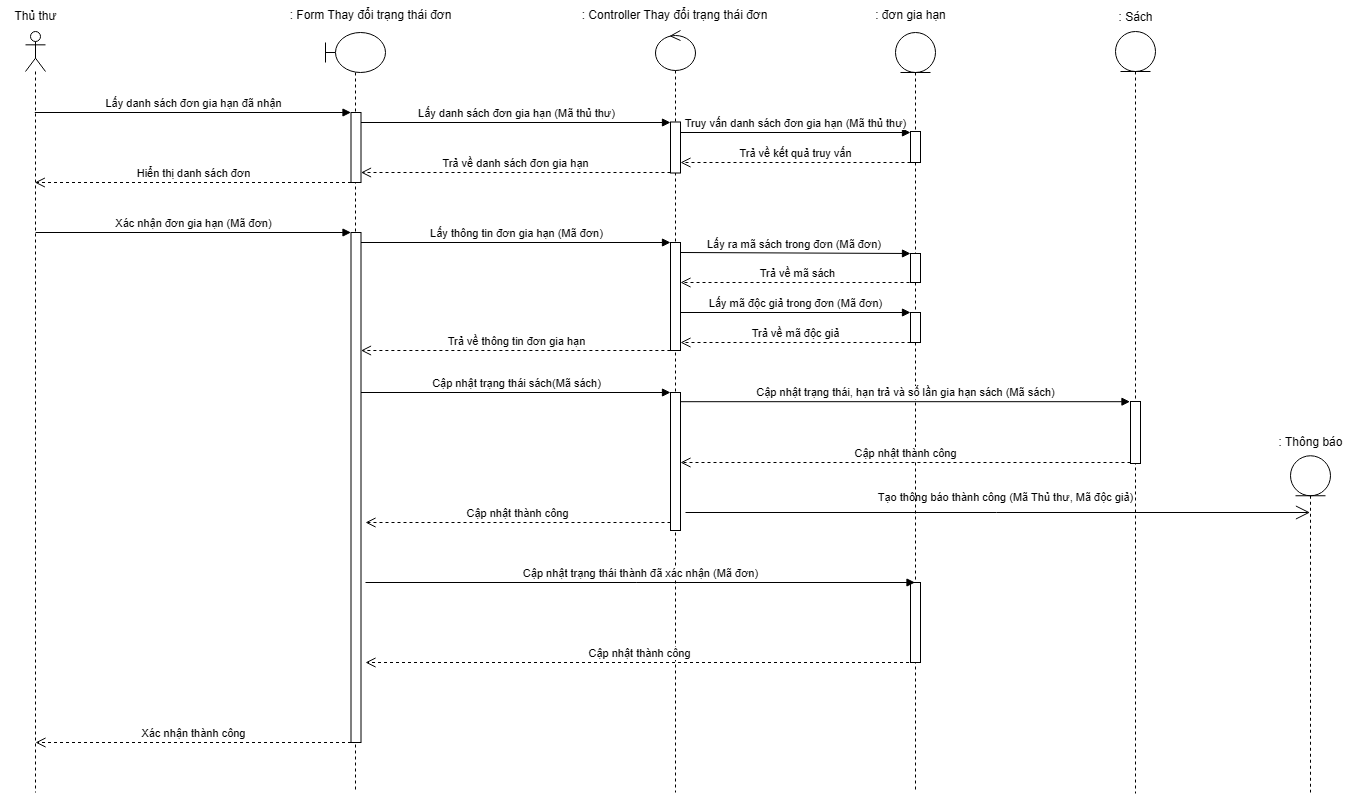
kimcuongdev/LibrarySystemAD keeps this draw.io diagram as Sequence Diagram/UC Gia hạn sách/Actor Thủ thư - Xác nhận đơn đặt mượn.png. Above is the earlier version. Source tidied: cells renumbered, new cells last; positions are measured from the earlier drawing's top-left corner, leaving out a move shared by most shapes.
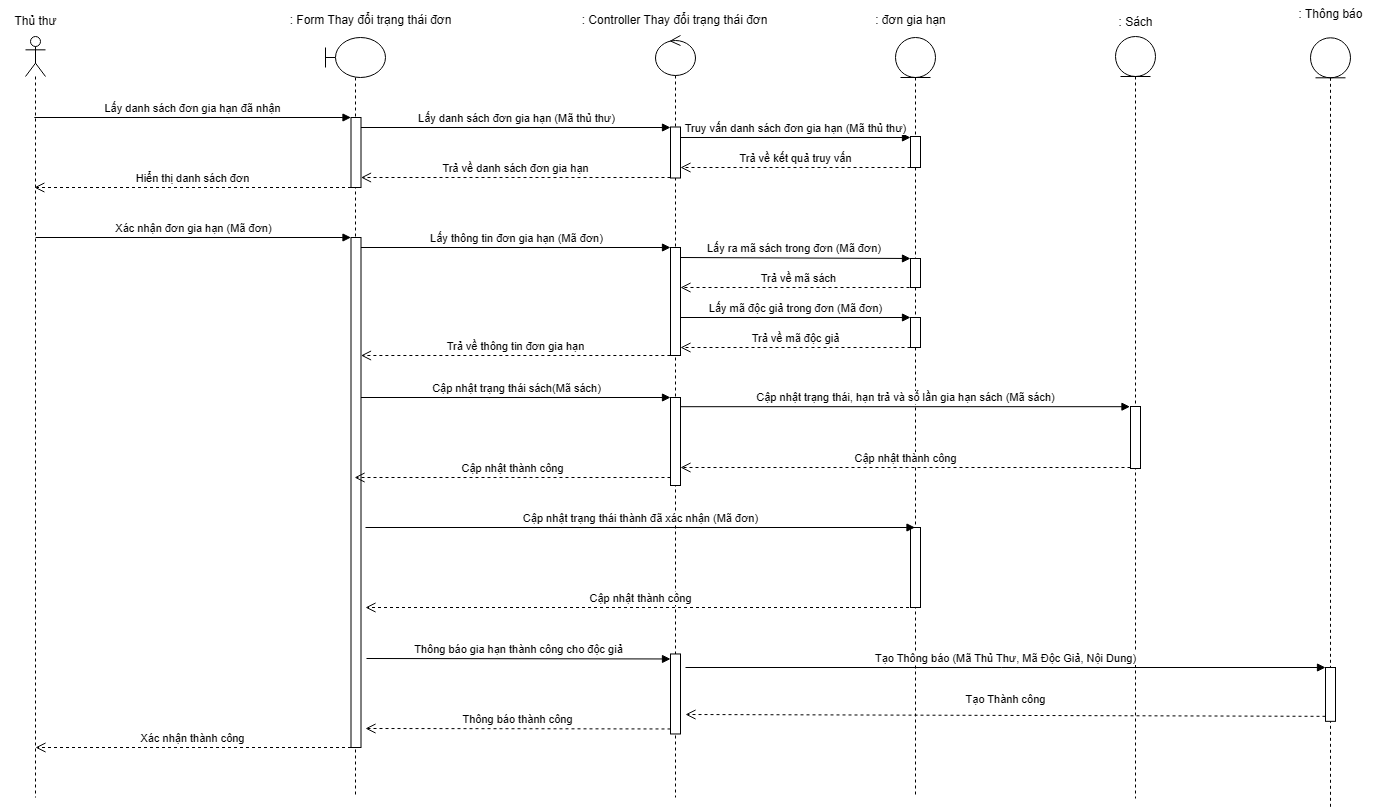
Above is the later version.

Diff of the diagram source:
```diff
@@ -44,8 +44,11 @@
       <mxGeometry x="15" y="212" width="10" height="108" as="geometry" />
     </mxCell>
     <mxCell id="13" style="html=1;points=[[0,0,0,0,5],[0,1,0,0,-5],[1,0,0,0,5],[1,1,0,0,-5]];perimeter=orthogonalPerimeter;outlineConnect=0;targetShapes=umlLifeline;portConstraint=eastwest;newEdgeStyle={&quot;curved&quot;:0,&quot;rounded&quot;:0};" parent="10" vertex="1">
-      <mxGeometry x="15" y="362" width="10" height="138" as="geometry" />
+      <mxGeometry x="15" y="362" width="10" height="88" as="geometry" />
     </mxCell>
+    <mxCell id="49" style="html=1;points=[[0,0,0,0,5],[0,1,0,0,-5],[1,0,0,0,5],[1,1,0,0,-5]];perimeter=orthogonalPerimeter;outlineConnect=0;targetShapes=umlLifeline;portConstraint=eastwest;newEdgeStyle={&quot;curved&quot;:0,&quot;rounded&quot;:0};" parent="10" vertex="1">
+      <mxGeometry x="15" y="618.5" width="10" height="80" as="geometry" />
+    </mxCell>
     <mxCell id="14" style="shape=umlLifeline;perimeter=lifelinePerimeter;whiteSpace=wrap;html=1;newEdgeStyle={&quot;curved&quot;:0,&quot;rounded&quot;:0};participant=umlEntity;" parent="1" vertex="1">
       <mxGeometry x="895" y="32" width="40" height="760" as="geometry" />
     </mxCell>
@@ -68,8 +71,20 @@
       </mxGeometry>
     </mxCell>
     <mxCell id="19" style="html=1;perimeter=orthogonalPerimeter;targetShapes=umlLifeline;newEdgeStyle={&quot;curved&quot;:0,&quot;rounded&quot;:0};" parent="14" vertex="1">
-      <mxGeometry x="15" y="550" width="10" height="80" as="geometry" />
+      <mxGeometry x="15" y="490" width="10" height="80" as="geometry" />
     </mxCell>
+    <mxCell id="41" value="Cập nhật trạng thái thành đã xác nhận (Mã đơn)" style="html=1;verticalAlign=bottom;endArrow=block;curved=0;rounded=0;entryX=0;entryY=0;entryDx=0;entryDy=5;" parent="14" edge="1">
+      <mxGeometry relative="1" as="geometry">
+        <mxPoint x="-530" y="490" as="sourcePoint" />
+        <mxPoint x="19.5" y="490" as="targetPoint" />
+      </mxGeometry>
+    </mxCell>
+    <mxCell id="42" value="Cập nhật thành công" style="html=1;verticalAlign=bottom;endArrow=open;dashed=1;endSize=8;curved=0;rounded=0;exitX=0;exitY=1;exitDx=0;exitDy=-5;" parent="14" edge="1">
+      <mxGeometry relative="1" as="geometry">
+        <mxPoint x="19.5" y="570" as="sourcePoint" />
+        <mxPoint x="-530" y="570" as="targetPoint" />
+      </mxGeometry>
+    </mxCell>
     <mxCell id="20" style="shape=umlLifeline;perimeter=lifelinePerimeter;whiteSpace=wrap;html=1;newEdgeStyle={&quot;curved&quot;:0,&quot;rounded&quot;:0};participant=umlEntity;" parent="1" vertex="1">
       <mxGeometry x="1115" y="31" width="40" height="762" as="geometry" />
     </mxCell>
@@ -140,9 +155,10 @@
         <mxPoint x="680" y="462" as="targetPoint" />
       </mxGeometry>
     </mxCell>
-    <mxCell id="38" value="Cập nhật thành công" style="html=1;verticalAlign=bottom;endArrow=open;dashed=1;endSize=8;curved=0;rounded=0;" parent="1" edge="1" source="13">
+    <mxCell id="38" value="Cập nhật thành công" style="html=1;verticalAlign=bottom;endArrow=open;dashed=1;endSize=8;curved=0;rounded=0;" parent="1" edge="1">
       <mxGeometry relative="1" as="geometry">
-        <mxPoint x="365" y="522" as="targetPoint" />
+        <mxPoint x="670" y="472" as="sourcePoint" />
+        <mxPoint x="354.1" y="472" as="targetPoint" />
       </mxGeometry>
     </mxCell>
     <mxCell id="39" value="Truy vấn danh sách đơn gia hạn (Mã thủ thư)" style="html=1;verticalAlign=bottom;endArrow=block;curved=0;rounded=0;entryX=0;entryY=0;entryDx=0;entryDy=5;" parent="1" edge="1">
@@ -157,37 +173,37 @@
         <mxPoint x="680" y="162" as="targetPoint" />
       </mxGeometry>
     </mxCell>
-    <mxCell id="41" value="Cập nhật trạng thái thành đã xác nhận (Mã đơn)" style="html=1;verticalAlign=bottom;endArrow=block;curved=0;rounded=0;entryX=0;entryY=0;entryDx=0;entryDy=5;" parent="1" edge="1">
-      <mxGeometry relative="1" as="geometry">
-        <mxPoint x="365" y="582" as="sourcePoint" />
-        <mxPoint x="914.5" y="582" as="targetPoint" />
-      </mxGeometry>
-    </mxCell>
-    <mxCell id="42" value="Cập nhật thành công" style="html=1;verticalAlign=bottom;endArrow=open;dashed=1;endSize=8;curved=0;rounded=0;exitX=0;exitY=1;exitDx=0;exitDy=-5;" parent="1" edge="1">
-      <mxGeometry relative="1" as="geometry">
-        <mxPoint x="914.5" y="662" as="sourcePoint" />
-        <mxPoint x="365" y="662" as="targetPoint" />
-      </mxGeometry>
-    </mxCell>
-    <mxCell id="43" style="group;" parent="1" vertex="1">
-      <mxGeometry x="675" y="482" width="440" height="30" as="geometry" />
-    </mxCell>
-    <mxCell id="44" style="endArrow=open;endFill=1;endSize=12;html=1;rounded=0;" parent="43" edge="1" target="47">
-      <mxGeometry relative="1" as="geometry">
-        <mxPoint x="10" y="30" as="sourcePoint" />
-      </mxGeometry>
-    </mxCell>
-    <mxCell id="45" value="&lt;font style=&quot;font-size: 11px;&quot;&gt;Tạo thông báo thành công&lt;span style=&quot;color: rgba(0, 0, 0, 0); font-family: monospace; font-size: 0px; text-align: start;&quot;&gt;%3CmxGraphModel%3E%3Croot%3E%3CmxCell%20id%3D%220%22%2F%3E%3CmxCell%20id%3D%221%22%20parent%3D%220%22%2F%3E%3CmxCell%20id%3D%222%22%20value%3D%22%22%20style%3D%22group%22%20vertex%3D%221%22%20connectable%3D%220%22%20parent%3D%221%22%3E%3CmxGeometry%20x%3D%221220%22%20y%3D%22600%22%20width%3D%2280%22%20height%3D%22350%22%20as%3D%22geometry%22%2F%3E%3C%2FmxCell%3E%3CmxCell%20id%3D%223%22%20value%3D%22%22%20style%3D%22shape%3DumlLifeline%3Bperimeter%3DlifelinePerimeter%3BwhiteSpace%3Dwrap%3Bhtml%3D1%3Bcontainer%3D1%3BdropTarget%3D0%3Bcollapsible%3D0%3BrecursiveResize%3D0%3BoutlineConnect%3D0%3BportConstraint%3Deastwest%3BnewEdgeStyle%3D%7B%26quot%3Bcurved%26quot%3B%3A0%2C%26quot%3Brounded%26quot%3B%3A0%7D%3Bparticipant%3DumlEntity%3B%22%20vertex%3D%221%22%20parent%3D%222%22%3E%3CmxGeometry%20x%3D%2215%22%20y%3D%2213.257575757575756%22%20width%3D%2240%22%20height%3D%22336.74242424242425%22%20as%3D%22geometry%22%2F%3E%3C%2FmxCell%3E%3CmxCell%20id%3D%224%22%20value%3D%22%3A%20Th%C3%B4ng%20b%C3%A1o%22%20style%3D%22text%3Bhtml%3D1%3Balign%3Dcenter%3BverticalAlign%3Dmiddle%3Bresizable%3D0%3Bpoints%3D%5B%5D%3Bautosize%3D1%3BstrokeColor%3Dnone%3BfillColor%3Dnone%3B%22%20vertex%3D%221%22%20parent%3D%222%22%3E%3CmxGeometry%20x%3D%22-10%22%20y%3D%22-15%22%20width%3D%2290%22%20height%3D%2230%22%20as%3D%22geometry%22%2F%3E%3C%2FmxCell%3E%3C%2Froot%3E%3C%2FmxGraphModel%3E&lt;/span&gt;&amp;nbsp;(Mã Thủ thư, Mã độc giả)&lt;/font&gt;" style="text;html=1;align=center;verticalAlign=middle;strokeColor=none;fillColor=none;" parent="43" vertex="1">
-      <mxGeometry x="190" width="280" height="30" as="geometry" />
-    </mxCell>
-    <mxCell id="46" style="group;" parent="1" vertex="1">
-      <mxGeometry x="1275" y="442" width="80" height="350" as="geometry" />
-    </mxCell>
-    <mxCell id="47" style="shape=umlLifeline;perimeter=lifelinePerimeter;whiteSpace=wrap;html=1;outlineConnect=0;portConstraint=eastwest;newEdgeStyle={&quot;curved&quot;:0,&quot;rounded&quot;:0};participant=umlEntity;" parent="46" vertex="1">
-      <mxGeometry x="15" y="13.3" width="40" height="336.7" as="geometry" />
-    </mxCell>
+    <mxCell id="50" style="group;" parent="1" vertex="1">
+      <mxGeometry x="1295" y="2" width="80" height="800" as="geometry" />
+    </mxCell>
+    <mxCell id="51" style="shape=umlLifeline;perimeter=lifelinePerimeter;whiteSpace=wrap;html=1;newEdgeStyle={&quot;curved&quot;:0,&quot;rounded&quot;:0};participant=umlEntity;" parent="50" vertex="1">
+      <mxGeometry x="15" y="30.3" width="40" height="769.7" as="geometry" />
+    </mxCell>
-    <mxCell id="48" value=": Thông báo" style="text;html=1;align=center;verticalAlign=middle;strokeColor=none;fillColor=none;" parent="46" vertex="1">
-      <mxGeometry x="-10" y="-15" width="90" height="30" as="geometry" />
+    <mxCell id="48" value=": Thông báo" style="text;html=1;align=center;verticalAlign=middle;strokeColor=none;fillColor=none;" parent="50" vertex="1">
+      <mxGeometry x="-10" y="-7.8" width="90" height="30" as="geometry" />
     </mxCell>
+    <mxCell id="52" style="html=1;points=[[0,0,0,0,5],[0,1,0,0,-5],[1,0,0,0,5],[1,1,0,0,-5]];perimeter=orthogonalPerimeter;outlineConnect=0;targetShapes=umlLifeline;portConstraint=eastwest;newEdgeStyle={&quot;curved&quot;:0,&quot;rounded&quot;:0};" parent="50" vertex="1">
+      <mxGeometry x="30" y="660" width="10" height="53.8" as="geometry" />
+    </mxCell>
+    <mxCell id="53" value="Tạo Thông báo (Mã Thủ Thư, Mã Độc Giả, Nội Dung)" style="html=1;verticalAlign=bottom;endArrow=block;curved=0;rounded=0;" parent="1" edge="1" target="52">
+      <mxGeometry relative="1" as="geometry">
+        <mxPoint x="685" y="662" as="sourcePoint" />
+      </mxGeometry>
+    </mxCell>
+    <mxCell id="54" value="Tạo Thành công" style="html=1;verticalAlign=bottom;endArrow=open;dashed=1;endSize=8;curved=0;rounded=0;exitX=0;exitY=1;exitDx=0;exitDy=-5;" parent="1" edge="1" source="52">
+      <mxGeometry y="-7" relative="1" as="geometry">
+        <mxPoint x="685" y="709" as="targetPoint" />
+      </mxGeometry>
+    </mxCell>
+    <mxCell id="55" value="Thông báo thành công" style="html=1;verticalAlign=bottom;endArrow=open;dashed=1;endSize=8;curved=0;rounded=0;exitX=0;exitY=1;exitDx=0;exitDy=-5;" parent="1" edge="1" source="49">
+      <mxGeometry relative="1" as="geometry">
+        <mxPoint x="365" y="723" as="targetPoint" />
+      </mxGeometry>
+    </mxCell>
+    <mxCell id="56" value="Thông báo gia hạn thành công cho độc giả" style="html=1;verticalAlign=bottom;endArrow=block;curved=0;rounded=0;entryX=0;entryY=0;entryDx=0;entryDy=5;" parent="1" edge="1" target="49">
+      <mxGeometry relative="1" as="geometry">
+        <mxPoint x="366" y="653" as="sourcePoint" />
+      </mxGeometry>
+    </mxCell>
   </root>
 </mxGraphModel>
```
